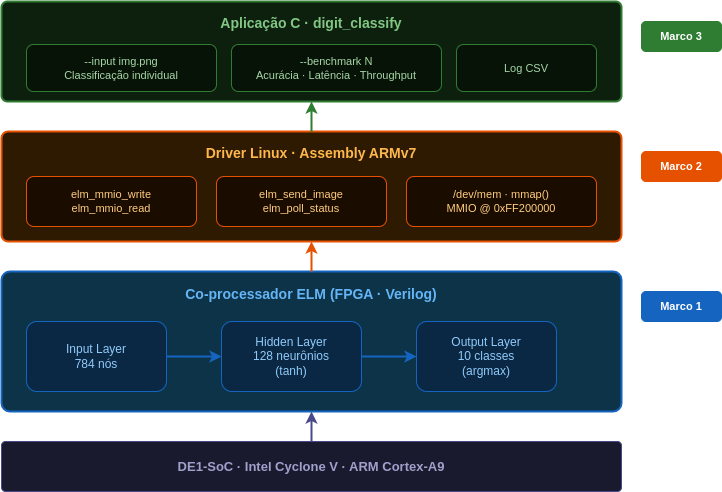
rogeriocerqueira/classificacao_de_digitos_numericos_MNIST keeps this draw.io diagram as docs/gitimages/general/arquitetura.png. Above is the earlier version. Source tidied: cells renumbered, new cells last; positions are measured from the earlier drawing's top-left corner, leaving out a move shared by most shapes.
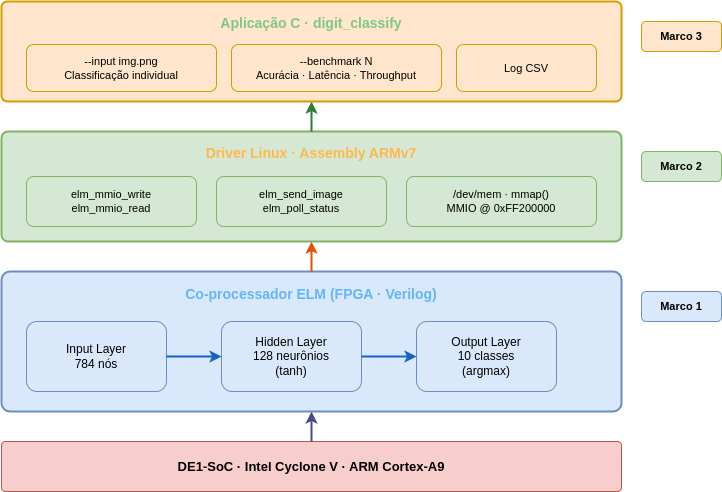
Later version of the same file.

Diff of the diagram source:
```diff
@@ -2,28 +2,28 @@
   <root>
     <mxCell id="0" />
     <mxCell id="1" parent="0" />
-    <mxCell id="2" value="DE1-SoC · Intel Cyclone V · ARM Cortex-A9" style="rounded=1;whiteSpace=wrap;html=1;fillColor=#1a1a2e;strokeColor=#4a4a8a;fontColor=#a0a0cc;fontSize=13;fontStyle=1;verticalAlign=middle;arcSize=8;" parent="1" vertex="1">
+    <mxCell id="2" value="DE1-SoC · Intel Cyclone V · ARM Cortex-A9" style="rounded=1;whiteSpace=wrap;html=1;fillColor=#f8cecc;strokeColor=#b85450;fontSize=13;fontStyle=1;verticalAlign=middle;arcSize=8;" parent="1" vertex="1">
       <mxGeometry y="440" width="620" height="50" as="geometry" />
     </mxCell>
     <mxCell id="3" style="edgeStyle=none;html=1;strokeColor=#4a4a8a;strokeWidth=2;exitX=0.5;exitY=0;exitDx=0;exitDy=0;entryX=0.5;entryY=1;entryDx=0;entryDy=0;" parent="1" edge="1" source="2" target="4">
       <mxGeometry relative="1" as="geometry" />
     </mxCell>
-    <mxCell id="4" style="rounded=1;whiteSpace=wrap;html=1;fillColor=#0d3349;strokeColor=#1565C0;strokeWidth=2;arcSize=6;" parent="1" vertex="1">
+    <mxCell id="4" style="rounded=1;whiteSpace=wrap;html=1;fillColor=#dae8fc;strokeColor=#6c8ebf;strokeWidth=2;arcSize=6;" parent="1" vertex="1">
       <mxGeometry y="270" width="620" height="140" as="geometry" />
     </mxCell>
-    <mxCell id="5" value="Marco 1" style="rounded=1;whiteSpace=wrap;html=1;fillColor=#1565C0;strokeColor=#1565C0;fontColor=#ffffff;fontSize=11;fontStyle=1;" parent="1" vertex="1">
+    <mxCell id="5" value="Marco 1" style="rounded=1;whiteSpace=wrap;html=1;fillColor=#dae8fc;strokeColor=#6c8ebf;fontSize=11;fontStyle=1;" parent="1" vertex="1">
       <mxGeometry x="640" y="290" width="80" height="30" as="geometry" />
     </mxCell>
     <mxCell id="6" value="Co-processador ELM (FPGA · Verilog)" style="text;html=1;strokeColor=none;fillColor=none;align=center;verticalAlign=middle;whiteSpace=wrap;rounded=0;fontColor=#64b5f6;fontSize=14;fontStyle=1;" parent="1" vertex="1">
       <mxGeometry y="278" width="620" height="30" as="geometry" />
     </mxCell>
-    <mxCell id="7" value="Input Layer&#10;784 nós" style="rounded=1;whiteSpace=wrap;html=1;fillColor=#0a2744;strokeColor=#1565C0;fontColor=#90caf9;fontSize=12;" parent="1" vertex="1">
+    <mxCell id="7" value="Input Layer&#10;784 nós" style="rounded=1;whiteSpace=wrap;html=1;fillColor=#dae8fc;strokeColor=#6c8ebf;fontSize=12;" parent="1" vertex="1">
       <mxGeometry x="25" y="320" width="140" height="70" as="geometry" />
     </mxCell>
-    <mxCell id="8" value="Hidden Layer&#10;128 neurônios&#10;(tanh)" style="rounded=1;whiteSpace=wrap;html=1;fillColor=#0a2744;strokeColor=#1565C0;fontColor=#90caf9;fontSize=12;" parent="1" vertex="1">
+    <mxCell id="8" value="Hidden Layer&#10;128 neurônios&#10;(tanh)" style="rounded=1;whiteSpace=wrap;html=1;fillColor=#dae8fc;strokeColor=#6c8ebf;fontSize=12;" parent="1" vertex="1">
       <mxGeometry x="220" y="320" width="140" height="70" as="geometry" />
     </mxCell>
-    <mxCell id="9" value="Output Layer&#10;10 classes&#10;(argmax)" style="rounded=1;whiteSpace=wrap;html=1;fillColor=#0a2744;strokeColor=#1565C0;fontColor=#90caf9;fontSize=12;" parent="1" vertex="1">
+    <mxCell id="9" value="Output Layer&#10;10 classes&#10;(argmax)" style="rounded=1;whiteSpace=wrap;html=1;fillColor=#dae8fc;strokeColor=#6c8ebf;fontSize=12;" parent="1" vertex="1">
       <mxGeometry x="415" y="320" width="140" height="70" as="geometry" />
     </mxCell>
     <mxCell id="10" style="edgeStyle=orthogonalEdgeStyle;html=1;strokeColor=#1565C0;strokeWidth=2;exitX=1;exitY=0.5;exitDx=0;exitDy=0;entryX=0;entryY=0.5;entryDx=0;entryDy=0;" parent="1" edge="1" source="7" target="8">
@@ -35,43 +35,43 @@
     <mxCell id="12" style="edgeStyle=none;html=1;strokeColor=#E65100;strokeWidth=2;exitX=0.5;exitY=0;exitDx=0;exitDy=0;entryX=0.5;entryY=1;entryDx=0;entryDy=0;" parent="1" edge="1" source="4" target="13">
       <mxGeometry relative="1" as="geometry" />
     </mxCell>
-    <mxCell id="13" style="rounded=1;whiteSpace=wrap;html=1;fillColor=#2d1a00;strokeColor=#E65100;strokeWidth=2;arcSize=6;" parent="1" vertex="1">
+    <mxCell id="13" style="rounded=1;whiteSpace=wrap;html=1;fillColor=#d5e8d4;strokeColor=#82b366;strokeWidth=2;arcSize=6;" parent="1" vertex="1">
       <mxGeometry y="130" width="620" height="110" as="geometry" />
     </mxCell>
-    <mxCell id="14" value="Marco 2" style="rounded=1;whiteSpace=wrap;html=1;fillColor=#E65100;strokeColor=#E65100;fontColor=#ffffff;fontSize=11;fontStyle=1;" parent="1" vertex="1">
+    <mxCell id="14" value="Marco 2" style="rounded=1;whiteSpace=wrap;html=1;fillColor=#d5e8d4;strokeColor=#82b366;fontSize=11;fontStyle=1;" parent="1" vertex="1">
       <mxGeometry x="640" y="150" width="80" height="30" as="geometry" />
     </mxCell>
     <mxCell id="15" value="Driver Linux · Assembly ARMv7" style="text;html=1;strokeColor=none;fillColor=none;align=center;verticalAlign=middle;whiteSpace=wrap;rounded=0;fontColor=#ffb74d;fontSize=14;fontStyle=1;" parent="1" vertex="1">
       <mxGeometry y="138" width="620" height="28" as="geometry" />
     </mxCell>
-    <mxCell id="16" value="elm_mmio_write&#10;elm_mmio_read" style="rounded=1;whiteSpace=wrap;html=1;fillColor=#1a0d00;strokeColor=#E65100;fontColor=#ffcc80;fontSize=11;" parent="1" vertex="1">
+    <mxCell id="16" value="elm_mmio_write&#10;elm_mmio_read" style="rounded=1;whiteSpace=wrap;html=1;fillColor=#d5e8d4;strokeColor=#82b366;fontSize=11;" parent="1" vertex="1">
       <mxGeometry x="25" y="175" width="170" height="50" as="geometry" />
     </mxCell>
-    <mxCell id="17" value="elm_send_image&#10;elm_poll_status" style="rounded=1;whiteSpace=wrap;html=1;fillColor=#1a0d00;strokeColor=#E65100;fontColor=#ffcc80;fontSize=11;" parent="1" vertex="1">
+    <mxCell id="17" value="elm_send_image&#10;elm_poll_status" style="rounded=1;whiteSpace=wrap;html=1;fillColor=#d5e8d4;strokeColor=#82b366;fontSize=11;" parent="1" vertex="1">
       <mxGeometry x="215" y="175" width="170" height="50" as="geometry" />
     </mxCell>
-    <mxCell id="18" value="/dev/mem · mmap()&#10;MMIO @ 0xFF200000" style="rounded=1;whiteSpace=wrap;html=1;fillColor=#1a0d00;strokeColor=#E65100;fontColor=#ffcc80;fontSize=11;" parent="1" vertex="1">
+    <mxCell id="18" value="/dev/mem · mmap()&#10;MMIO @ 0xFF200000" style="rounded=1;whiteSpace=wrap;html=1;fillColor=#d5e8d4;strokeColor=#82b366;fontSize=11;" parent="1" vertex="1">
       <mxGeometry x="405" y="175" width="190" height="50" as="geometry" />
     </mxCell>
     <mxCell id="19" style="edgeStyle=none;html=1;strokeColor=#2E7D32;strokeWidth=2;exitX=0.5;exitY=0;exitDx=0;exitDy=0;entryX=0.5;entryY=1;entryDx=0;entryDy=0;" parent="1" edge="1" source="13" target="20">
       <mxGeometry relative="1" as="geometry" />
     </mxCell>
-    <mxCell id="20" style="rounded=1;whiteSpace=wrap;html=1;fillColor=#0d1f0d;strokeColor=#2E7D32;strokeWidth=2;arcSize=6;" parent="1" vertex="1">
+    <mxCell id="20" style="rounded=1;whiteSpace=wrap;html=1;fillColor=#ffe6cc;strokeColor=#d79b00;strokeWidth=2;arcSize=6;" parent="1" vertex="1">
       <mxGeometry width="620" height="100" as="geometry" />
     </mxCell>
-    <mxCell id="21" value="Marco 3" style="rounded=1;whiteSpace=wrap;html=1;fillColor=#2E7D32;strokeColor=#2E7D32;fontColor=#ffffff;fontSize=11;fontStyle=1;" parent="1" vertex="1">
+    <mxCell id="21" value="Marco 3" style="rounded=1;whiteSpace=wrap;html=1;fillColor=#ffe6cc;strokeColor=#d79b00;fontSize=11;fontStyle=1;" parent="1" vertex="1">
       <mxGeometry x="640" y="20" width="80" height="30" as="geometry" />
     </mxCell>
     <mxCell id="22" value="Aplicação C · digit_classify" style="text;html=1;strokeColor=none;fillColor=none;align=center;verticalAlign=middle;whiteSpace=wrap;rounded=0;fontColor=#81c784;fontSize=14;fontStyle=1;" parent="1" vertex="1">
       <mxGeometry y="8" width="620" height="28" as="geometry" />
     </mxCell>
-    <mxCell id="23" value="--input img.png&#10;Classificação individual" style="rounded=1;whiteSpace=wrap;html=1;fillColor=#071307;strokeColor=#2E7D32;fontColor=#a5d6a7;fontSize=11;" parent="1" vertex="1">
+    <mxCell id="23" value="--input img.png&#10;Classificação individual" style="rounded=1;whiteSpace=wrap;html=1;fillColor=#ffe6cc;strokeColor=#d79b00;fontSize=11;" parent="1" vertex="1">
       <mxGeometry x="25" y="43" width="190" height="47" as="geometry" />
     </mxCell>
-    <mxCell id="24" value="--benchmark N&#10;Acurácia · Latência · Throughput" style="rounded=1;whiteSpace=wrap;html=1;fillColor=#071307;strokeColor=#2E7D32;fontColor=#a5d6a7;fontSize=11;" parent="1" vertex="1">
+    <mxCell id="24" value="--benchmark N&#10;Acurácia · Latência · Throughput" style="rounded=1;whiteSpace=wrap;html=1;fillColor=#ffe6cc;strokeColor=#d79b00;fontSize=11;" parent="1" vertex="1">
       <mxGeometry x="230" y="43" width="210" height="47" as="geometry" />
     </mxCell>
-    <mxCell id="25" value="Log CSV" style="rounded=1;whiteSpace=wrap;html=1;fillColor=#071307;strokeColor=#2E7D32;fontColor=#a5d6a7;fontSize=11;" parent="1" vertex="1">
+    <mxCell id="25" value="Log CSV" style="rounded=1;whiteSpace=wrap;html=1;fillColor=#ffe6cc;strokeColor=#d79b00;fontSize=11;" parent="1" vertex="1">
       <mxGeometry x="455" y="43" width="140" height="47" as="geometry" />
     </mxCell>
   </root>
```
